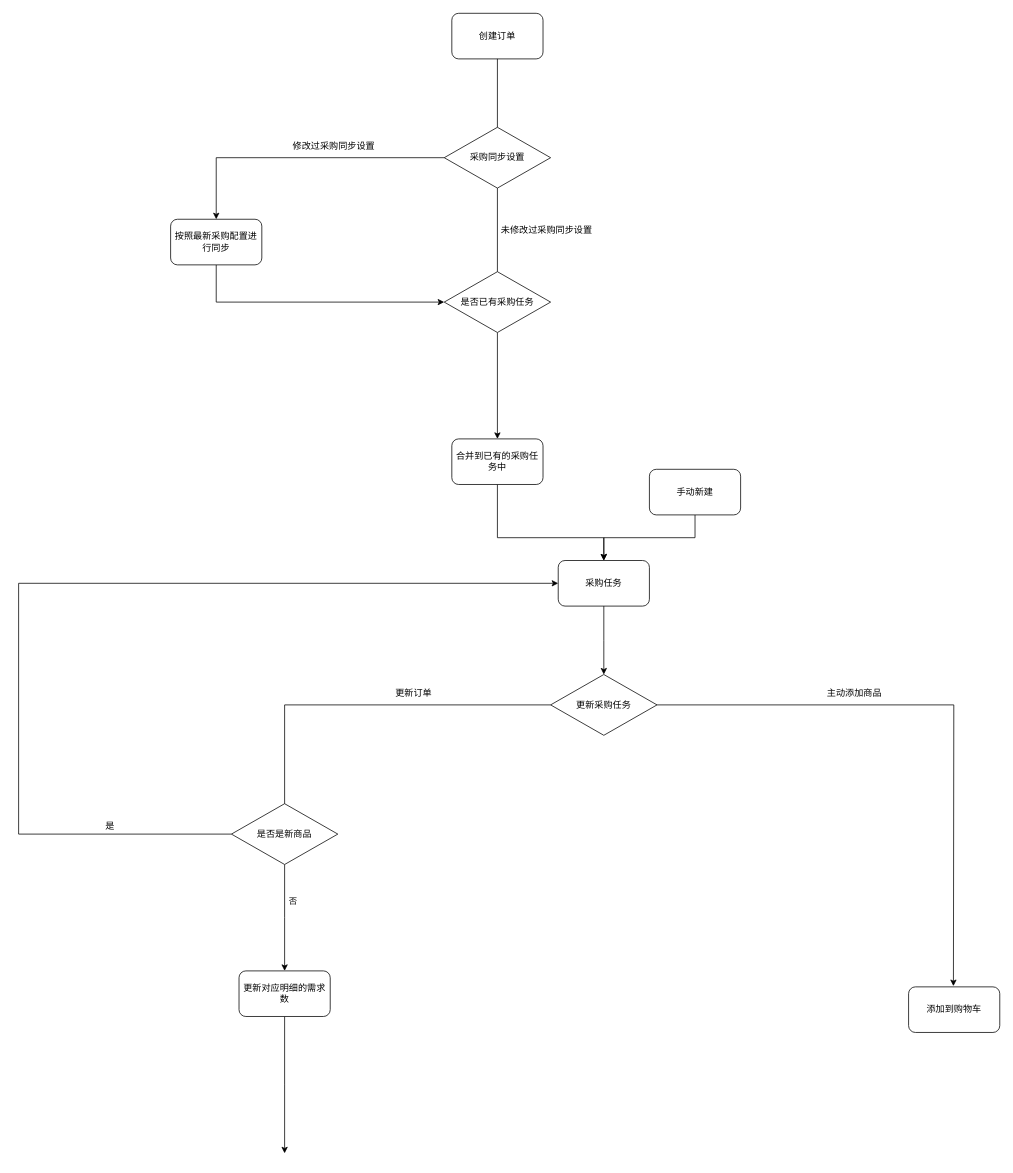
This is 轻巧版采购任务同步.drawio from pcorvoh/-warehouse, a draw.io file, before an edit. Source tidied: cells renumbered, new cells numbered last; positions are measured from the earlier drawing's top-left corner, leaving out a move shared by most shapes. Both pictures are drawn from the tidied source at 76%, with x=0, y=0 at pixel (18, 13).
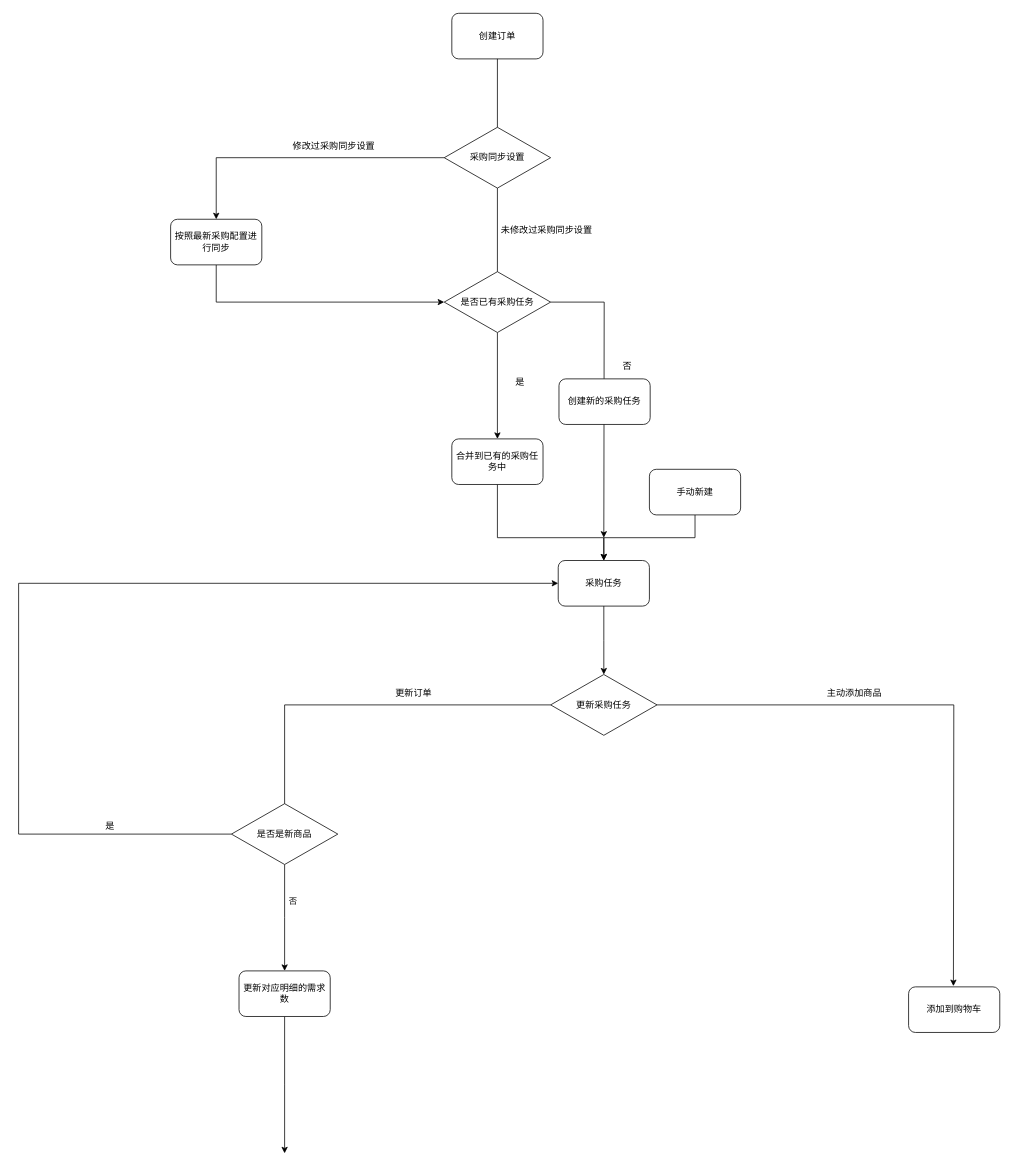
The same diagram, later.

Commit message:
更新轻巧版采购任务同步.drawio

Unchanged cells that the change refers to:
```xml
<mxCell id="28" value="是否已有采购任务" style="rhombus;whiteSpace=wrap;html=1;" parent="1" vertex="1">
  <mxGeometry x="560" y="340" width="140" height="80" as="geometry" />
</mxCell>
```

The edit, as a diff of the source:
```diff
@@
+    <mxCell id="32" style="edgeStyle=orthogonalEdgeStyle;rounded=0;jettySize=auto;html=1;" parent="1" edge="1" source="28">
+      <mxGeometry relative="1" as="geometry">
+        <mxPoint x="770" y="690" as="targetPoint" />
+      </mxGeometry>
+    </mxCell>
@@
+    <mxCell id="33" value="是" style="text;html=1;strokeColor=none;fillColor=none;align=center;verticalAlign=middle;whiteSpace=wrap;rounded=0;" parent="1" vertex="1">
+      <mxGeometry x="630" y="470" width="60" height="30" as="geometry" />
+    </mxCell>
+    <mxCell id="34" value="否" style="text;html=1;strokeColor=none;fillColor=none;align=center;verticalAlign=middle;whiteSpace=wrap;rounded=0;" parent="1" vertex="1">
+      <mxGeometry x="771" y="450" width="60" height="30" as="geometry" />
+    </mxCell>
+    <mxCell id="35" value="创建新的采购任务" style="rounded=1;whiteSpace=wrap;html=1;" parent="1" vertex="1">
+      <mxGeometry x="711" y="481" width="120" height="60" as="geometry" />
+    </mxCell>
```
